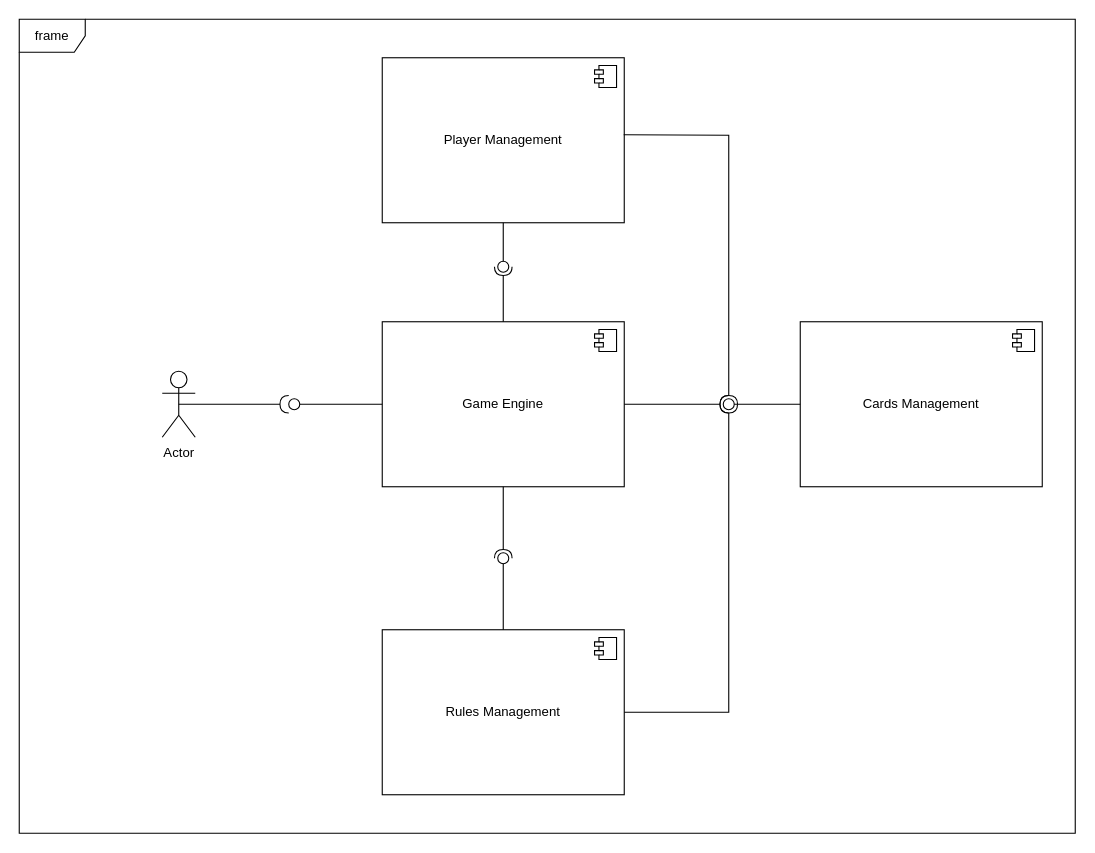
The draw.io diagram Component.drawio in georgeslight/mau-mau, before the edit. Source tidied: cells renumbered, new cells numbered last; positions are measured from the earlier drawing's top-left corner, leaving out a move shared by most shapes. Both pictures are drawn from the tidied source at 110%, with x=0, y=0 at pixel (19, 19).
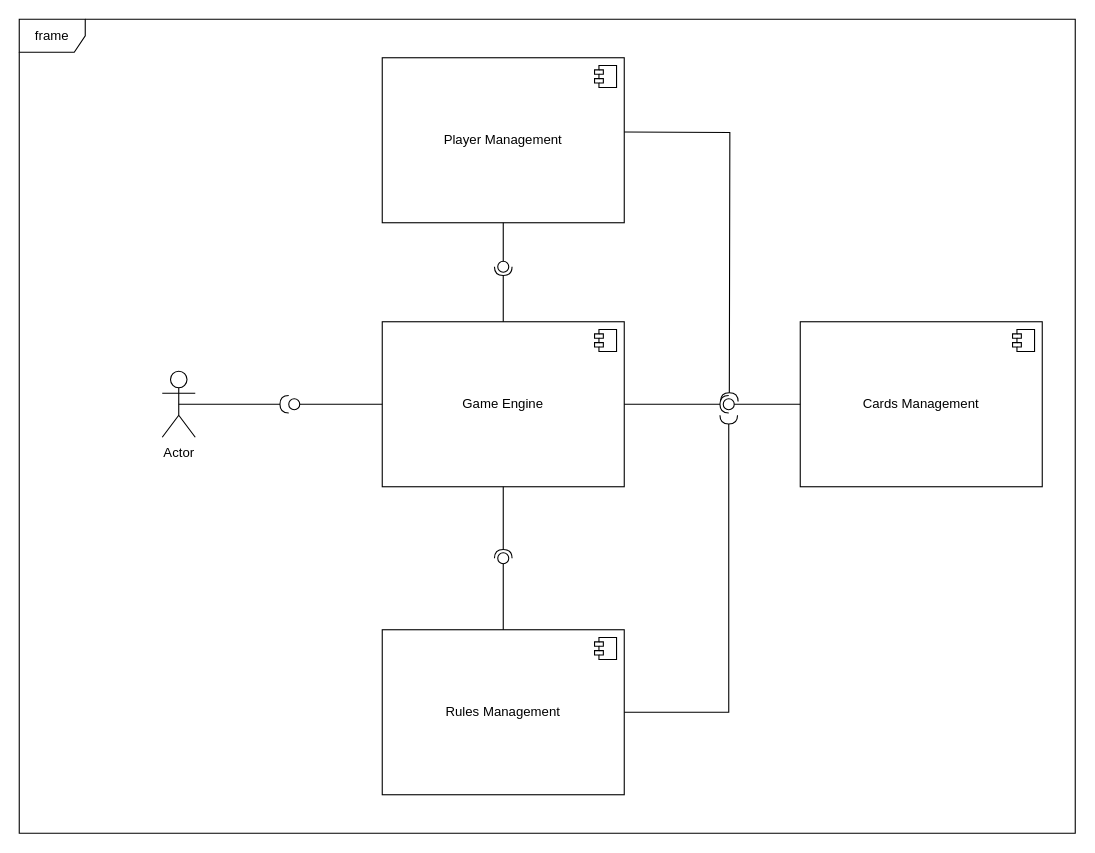
The same page after the edit.

Unchanged cells that the change refers to:
```xml
<mxCell id="2" value="Game Engine" style="html=1;whiteSpace=wrap;" parent="1" vertex="1">
  <mxGeometry x="330" y="275" width="220" height="150" as="geometry" />
</mxCell>
<mxCell id="16" style="ellipse;whiteSpace=wrap;html=1;align=center;fillColor=none;strokeColor=none;perimeter=centerPerimeter;points=[];outlineConnect=1;" parent="1" vertex="1">
  <mxGeometry x="640" y="345" width="10" height="10" as="geometry" />
</mxCell>
```

The edit, as a diff of the source:
```diff
@@
-    <mxCell id="14" style="rounded=0;jettySize=auto;html=1;endArrow=halfCircle;endFill=0;endSize=6;strokeWidth=1;sketch=0;exitX=1;exitY=0.5;exitDx=0;exitDy=0;" parent="1" edge="1" source="2" target="16">
-      <mxGeometry relative="1" as="geometry" />
+    <mxCell id="14" style="rounded=0;orthogonalLoop=1;jettySize=auto;html=1;endArrow=halfCircle;endFill=0;endSize=6;strokeWidth=1;sketch=0;exitX=1;exitY=0.5;exitDx=0;exitDy=0;" parent="1" edge="1">
+      <mxGeometry relative="1" as="geometry">
+        <mxPoint x="550" y="350" as="sourcePoint" />
+        <mxPoint x="645" y="350" as="targetPoint" />
+      </mxGeometry>
     </mxCell>
@@
     <mxCell id="26" style="ellipse;whiteSpace=wrap;html=1;align=center;fillColor=none;strokeColor=none;perimeter=centerPerimeter;points=[];outlineConnect=1;" parent="1" vertex="1">
-      <mxGeometry x="640" y="345" width="10" height="10" as="geometry" />
+      <mxGeometry x="640" y="355" width="10" height="10" as="geometry" />
     </mxCell>
-    <mxCell id="27" style="rounded=0;jettySize=auto;html=1;endArrow=halfCircle;endFill=0;endSize=6;strokeWidth=1;sketch=0;fontSize=12;exitX=1;exitY=0.5;exitDx=0;exitDy=0;edgeStyle=orthogonalEdgeStyle;entryX=0.705;entryY=0.086;entryDx=0;entryDy=0;entryPerimeter=0;" parent="1" edge="1" target="26">
+    <mxCell id="27" style="rounded=0;orthogonalLoop=1;jettySize=auto;html=1;endArrow=halfCircle;endFill=0;endSize=6;strokeWidth=1;sketch=0;fontSize=12;exitX=1;exitY=0.5;exitDx=0;exitDy=0;edgeStyle=orthogonalEdgeStyle;entryX=0.705;entryY=0.086;entryDx=0;entryDy=0;entryPerimeter=0;" parent="1" edge="1">
       <mxGeometry relative="1" as="geometry">
-        <mxPoint x="549.5" y="105" as="sourcePoint" />
+        <mxPoint x="550" y="102.5" as="sourcePoint" />
+        <mxPoint x="645.5" y="347.5" as="targetPoint" />
       </mxGeometry>
     </mxCell>
```
